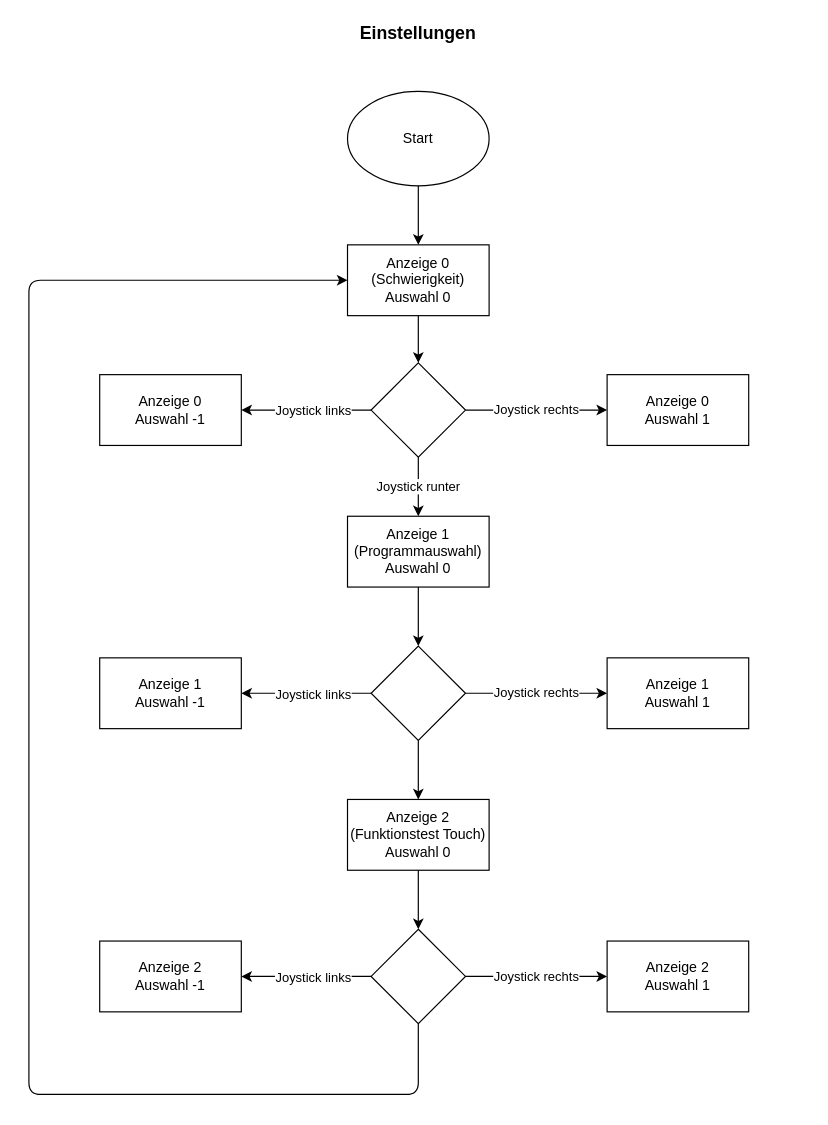
Earlier version of the draw.io diagram page "Page-3" (2 of 3) of Untitled Diagram.drawio (Seafesko/Nucleo-Wecker). Source tidied: cells renumbered, new cells numbered last; positions are measured from the earlier drawing's top-left corner, leaving out a move shared by most shapes. Both pictures are drawn from the tidied source at 118%, with x=0, y=0 at pixel (28, 20).
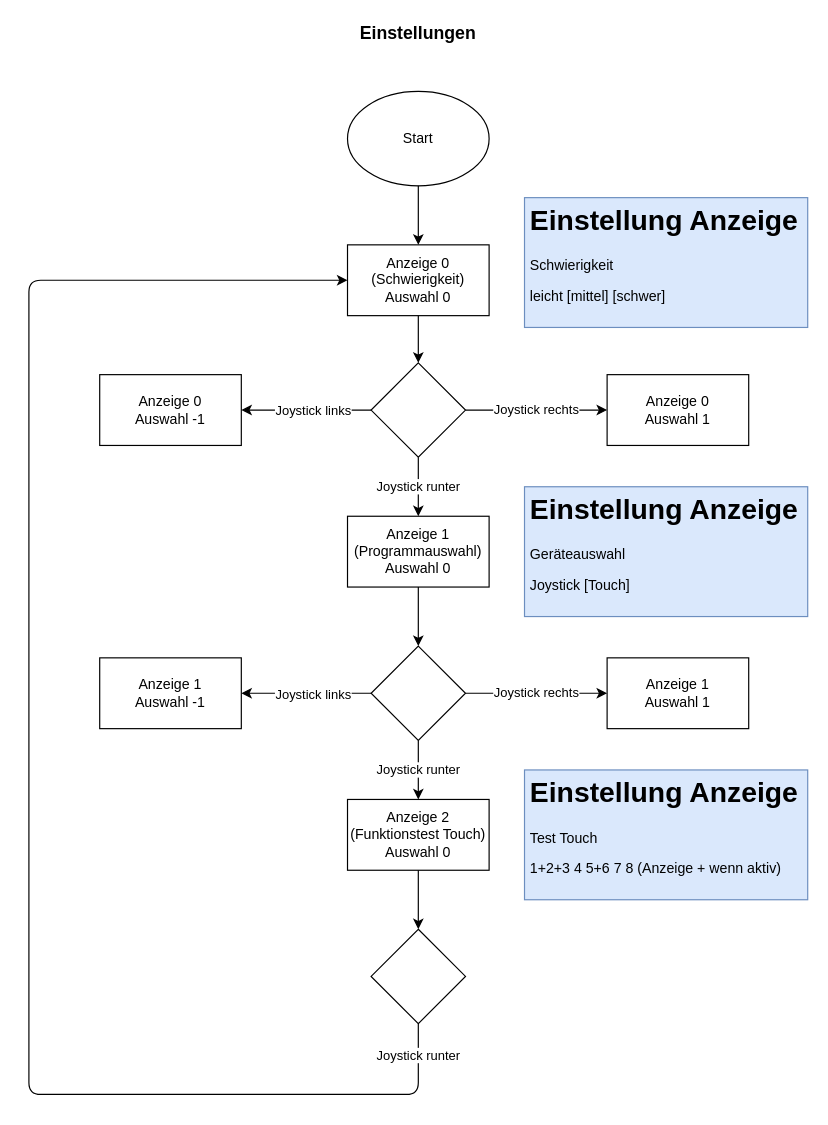
The same page after the edit.

Unchanged cells that the change refers to:
```xml
<mxCell id="4" value="&lt;div&gt;Anzeige 0 (Schwierigkeit)&lt;br&gt;&lt;/div&gt;&lt;div&gt;Auswahl 0&lt;br&gt;&lt;/div&gt;" style="rounded=0;whiteSpace=wrap;html=1;" parent="1" vertex="1">
  <mxGeometry x="270" y="190" width="120" height="60" as="geometry" />
</mxCell>
<mxCell id="5" style="rhombus;whiteSpace=wrap;html=1;" parent="1" vertex="1">
  <mxGeometry x="290" y="290" width="80" height="80" as="geometry" />
</mxCell>
<mxCell id="6" value="Anzeige 1 (Programmauswahl)&lt;br&gt;&lt;div&gt;Auswahl 0&lt;br&gt;&lt;/div&gt;" style="rounded=0;whiteSpace=wrap;html=1;" parent="1" vertex="1">
  <mxGeometry x="270" y="420" width="120" height="60" as="geometry" />
</mxCell>
<mxCell id="15" style="rhombus;whiteSpace=wrap;html=1;" parent="1" vertex="1">
  <mxGeometry x="290" y="530" width="80" height="80" as="geometry" />
</mxCell>
<mxCell id="22" value="Anzeige 2 (Funktionstest Touch)&lt;br&gt;&lt;div&gt;Auswahl 0&lt;br&gt;&lt;/div&gt;" style="rounded=0;whiteSpace=wrap;html=1;" parent="1" vertex="1">
  <mxGeometry x="270" y="660" width="120" height="60" as="geometry" />
</mxCell>
<mxCell id="23" style="rhombus;whiteSpace=wrap;html=1;" parent="1" vertex="1">
  <mxGeometry x="290" y="770" width="80" height="80" as="geometry" />
</mxCell>
```

The edit, as a diff of the source:
```diff
@@
+    <mxCell id="9" value="Joystick runter" style="edgeStyle=orthogonalEdgeStyle;rounded=0;jettySize=auto;html=1;exitX=0.5;exitY=1;exitDx=0;exitDy=0;entryX=0.5;entryY=0;entryDx=0;entryDy=0;" parent="1" edge="1" source="5" target="6">
+      <mxGeometry relative="1" as="geometry" />
+    </mxCell>
@@
-    <mxCell id="9" value="Joystick runter" style="endArrow=classic;html=1;entryX=0.5;entryY=0;entryDx=0;entryDy=0;exitX=0.5;exitY=1;exitDx=0;exitDy=0;" parent="1" edge="1" source="5" target="6">
-      <mxGeometry relative="1" as="geometry" />
-    </mxCell>
@@
-    <mxCell id="24" value="Joystick rechts" style="endArrow=classic;html=1;" parent="1" edge="1" source="23">
-      <mxGeometry relative="1" as="geometry">
-        <mxPoint x="490" y="810" as="targetPoint" />
-      </mxGeometry>
-    </mxCell>
-    <mxCell id="25" value="&lt;div&gt;Anzeige 2&lt;br&gt;&lt;/div&gt;&lt;div&gt;Auswahl 1&lt;br&gt;&lt;/div&gt;" style="rounded=0;whiteSpace=wrap;html=1;" parent="1" vertex="1">
-      <mxGeometry x="490" y="780" width="120" height="60" as="geometry" />
-    </mxCell>
-    <mxCell id="26" value="&lt;div&gt;Anzeige 2&lt;br&gt;&lt;/div&gt;&lt;div&gt;Auswahl -1&lt;br&gt;&lt;/div&gt;" style="rounded=0;whiteSpace=wrap;html=1;" parent="1" vertex="1">
-      <mxGeometry x="60" y="780" width="120" height="60" as="geometry" />
-    </mxCell>
-    <mxCell id="27" style="endArrow=classic;html=1;exitX=0;exitY=0.5;exitDx=0;exitDy=0;entryX=1;entryY=0.5;entryDx=0;entryDy=0;" parent="1" edge="1" source="23" target="26">
-      <mxGeometry relative="1" as="geometry" />
-    </mxCell>
-    <mxCell id="28" value="Joystick links" style="edgeLabel;html=1;align=center;verticalAlign=middle;" parent="27" vertex="1">
-      <mxGeometry x="-0.25" y="3" relative="1" as="geometry">
-        <mxPoint x="-9" y="-3" as="offset" />
-      </mxGeometry>
-    </mxCell>
@@
-    <mxCell id="30" style="endArrow=classic;html=1;entryX=0.5;entryY=0;entryDx=0;entryDy=0;exitX=0.5;exitY=1;exitDx=0;exitDy=0;" parent="1" edge="1" source="15" target="22">
+    <mxCell id="30" value="Joystick runter" style="endArrow=classic;html=1;entryX=0.5;entryY=0;entryDx=0;entryDy=0;exitX=0.5;exitY=1;exitDx=0;exitDy=0;" parent="1" edge="1" source="15" target="22">
       <mxGeometry relative="1" as="geometry" />
     </mxCell>
-    <mxCell id="31" style="endArrow=classic;html=1;exitX=0.5;exitY=1;exitDx=0;exitDy=0;entryX=0;entryY=0.5;entryDx=0;entryDy=0;" parent="1" edge="1" source="23" target="4">
-      <mxGeometry relative="1" as="geometry">
+    <mxCell id="31" value="Joystick runter" style="endArrow=classic;html=1;exitX=0.5;exitY=1;exitDx=0;exitDy=0;entryX=0;entryY=0.5;entryDx=0;entryDy=0;" parent="1" edge="1" source="23" target="4">
+      <mxGeometry x="-0.96" relative="1" as="geometry">
         <Array as="points">
           <mxPoint x="330" y="910" />
           <mxPoint y="910" />
           <mxPoint y="220" />
         </Array>
       </mxGeometry>
     </mxCell>
+    <mxCell id="32" value="&lt;h1&gt;Einstellung Anzeige&lt;br&gt;&lt;/h1&gt;&lt;p&gt;Schwierigkeit&lt;br&gt;&lt;/p&gt;&lt;p&gt;leicht [mittel] [schwer]&lt;br&gt;&lt;/p&gt;" style="text;html=1;strokeColor=#6c8ebf;fillColor=#dae8fc;spacing=5;spacingTop=-20;whiteSpace=wrap;overflow=hidden;rounded=0;" parent="1" vertex="1">
+      <mxGeometry x="420" y="150" width="240" height="110" as="geometry" />
+    </mxCell>
+    <mxCell id="33" value="&lt;h1&gt;Einstellung Anzeige&lt;br&gt;&lt;/h1&gt;&lt;p&gt;Geräteauswahl&lt;br&gt;&lt;/p&gt;&lt;p&gt;Joystick [Touch]&lt;br&gt;&lt;/p&gt;" style="text;html=1;strokeColor=#6c8ebf;fillColor=#dae8fc;spacing=5;spacingTop=-20;whiteSpace=wrap;overflow=hidden;rounded=0;" parent="1" vertex="1">
+      <mxGeometry x="420" y="395" width="240" height="110" as="geometry" />
+    </mxCell>
+    <mxCell id="34" value="&lt;h1&gt;Einstellung Anzeige&lt;br&gt;&lt;/h1&gt;Test Touch&lt;br&gt;&lt;p&gt;1+2+3 4 5+6 7 8 (Anzeige + wenn aktiv)&lt;br&gt;&lt;/p&gt;" style="text;html=1;strokeColor=#6c8ebf;fillColor=#dae8fc;spacing=5;spacingTop=-20;whiteSpace=wrap;overflow=hidden;rounded=0;" parent="1" vertex="1">
+      <mxGeometry x="420" y="635" width="240" height="110" as="geometry" />
+    </mxCell>
```
